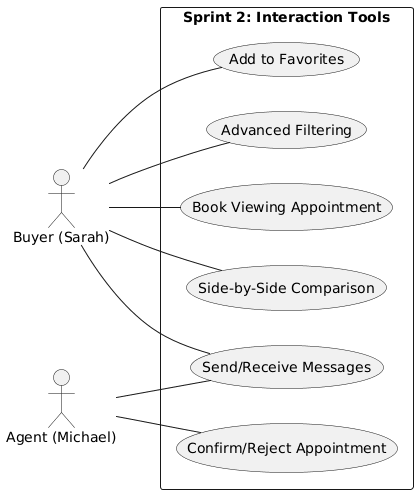
Before: Presentation/images/Sprint2-UseCase.png, a diagram exported from PlantUML (AZIZ-Soufiane/PropertyHub-PFE). Its diagram source:
```plantuml
@startuml
left to right direction
skinparam shadowing false

actor "Buyer (Sarah)" as Client
actor "Agent (Michael)" as Agent

rectangle "Sprint 2: Interaction Tools" {
    (Book Viewing Appointment) as UC_Book
    (Confirm/Reject Appointment) as UC_Confirm
    (Side-by-Side Comparison) as UC_Compare
    (Add to Favorites) as UC_Fav
    (Send/Receive Messages) as UC_Msg
    (Advanced Filtering) as UC_Filter
}

Client -- UC_Book
Client -- UC_Compare
Client -- UC_Fav
Client -- UC_Msg
Client -- UC_Filter

Agent -- UC_Confirm
Agent -- UC_Msg
@enduml
```
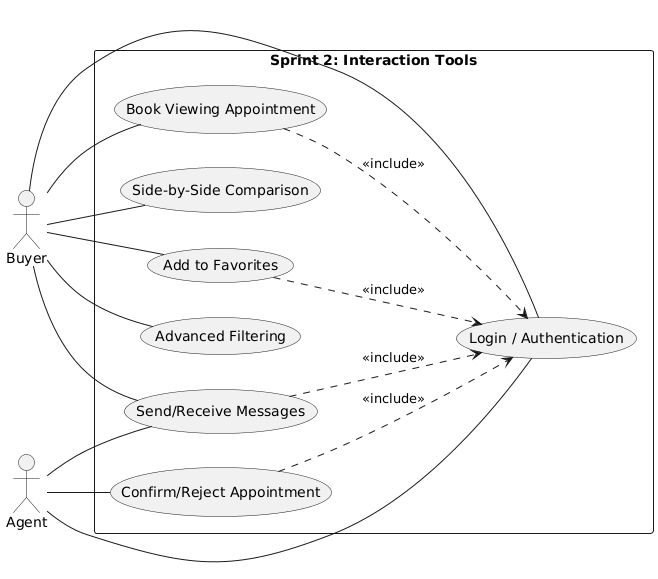
After the commit.

What changed in the source:
```diff
@@ -2,10 +2,11 @@
 left to right direction
 skinparam shadowing false
 
-actor "Buyer (Sarah)" as Client
-actor "Agent (Michael)" as Agent
+actor "Buyer" as Client
+actor "Agent" as Agent
 
 rectangle "Sprint 2: Interaction Tools" {
+    (Login / Authentication) as UC_Auth
     (Book Viewing Appointment) as UC_Book
     (Confirm/Reject Appointment) as UC_Confirm
     (Side-by-Side Comparison) as UC_Compare
@@ -14,12 +15,19 @@
     (Advanced Filtering) as UC_Filter
 }
 
+Client -- UC_Auth
 Client -- UC_Book
 Client -- UC_Compare
 Client -- UC_Fav
 Client -- UC_Msg
 Client -- UC_Filter
 
+Agent -- UC_Auth
 Agent -- UC_Confirm
 Agent -- UC_Msg
+
+UC_Book    ..> UC_Auth : <<include>>
+UC_Fav     ..> UC_Auth : <<include>>
+UC_Msg     ..> UC_Auth : <<include>>
+UC_Confirm ..> UC_Auth : <<include>>
 @enduml
```
